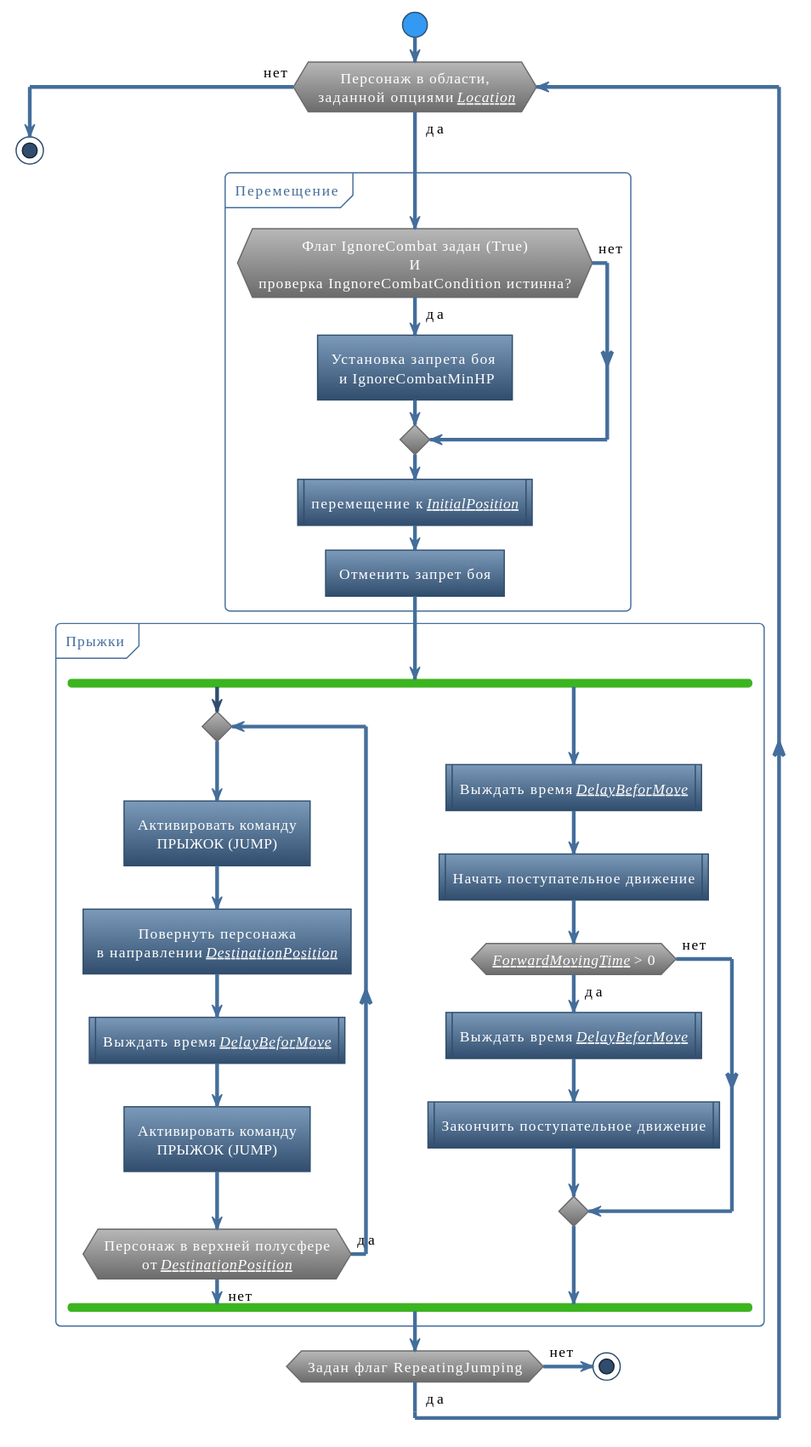
qpAHTA3EP/EntityToolsDocs keeps this PlantUML diagram as Quester/Actions/diagrams/Jumping.svg. Above is the earlier version.
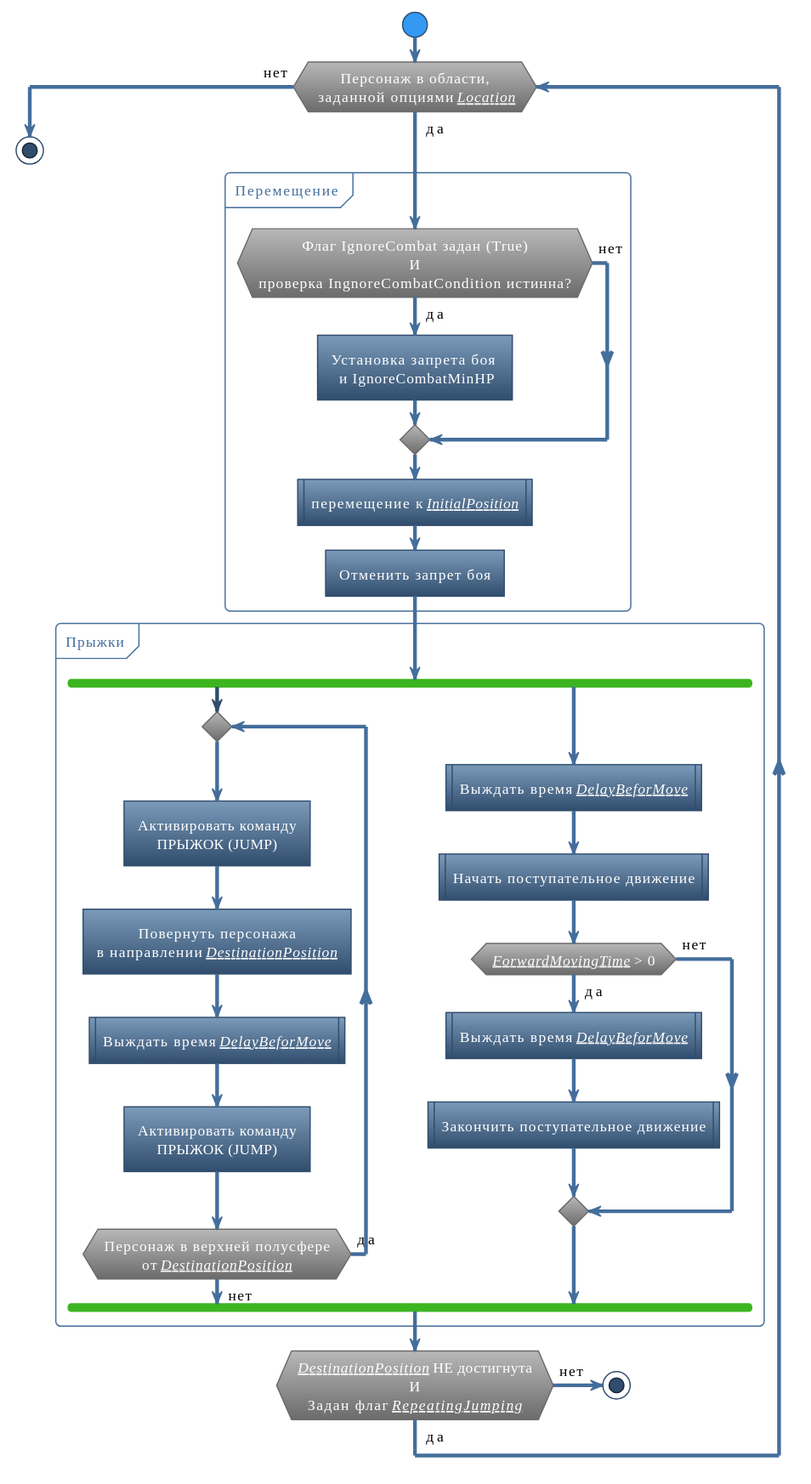
Above is the later version.

The edit, as a diff of the source:
```diff
@@ -33,7 +33,7 @@
         end fork
     }
 
-    if (Задан флаг RepeatingJumping) then (<color:black>да)
+    if (<i><u>DestinationPosition</u></i> НЕ достигнута\nИ\nЗадан флаг <i><u>RepeatingJumping</u></i>) then (<color:black>да)
 
     else (<color:black>нет)
         stop
```
